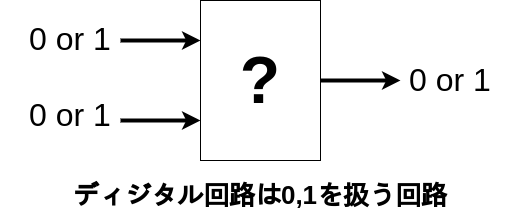
This is images/LetsMakeCPU/digital.png from VLSI-JP/VLSI-JP.github.io, a draw.io export, as it was before one commit. Source tidied: cells renumbered, new cells last; positions are measured from the earlier drawing's top-left corner, leaving out a move shared by most shapes.
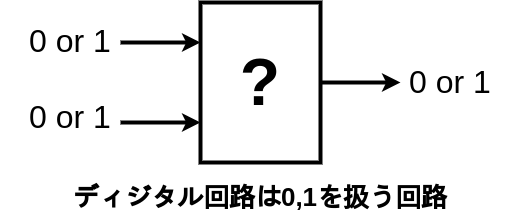
After the commit.

The edit, as a diff of the source:
```diff
@@ -17,7 +17,7 @@
         <mxPoint x="400" y="80" as="targetPoint" />
       </mxGeometry>
     </mxCell>
-    <mxCell id="5" value="?" style="rounded=0;whiteSpace=wrap;html=1;fontStyle=1;fontSize=66;" parent="1" vertex="1">
+    <mxCell id="5" value="?" style="rounded=0;whiteSpace=wrap;html=1;fontStyle=1;fontSize=66;strokeWidth=4;" parent="1" vertex="1">
       <mxGeometry x="200" width="120" height="160" as="geometry" />
     </mxCell>
     <mxCell id="6" value="0 or 1" style="text;html=1;strokeColor=none;fillColor=none;align=center;verticalAlign=middle;whiteSpace=wrap;rounded=0;fontSize=32;" parent="1" vertex="1">
```
